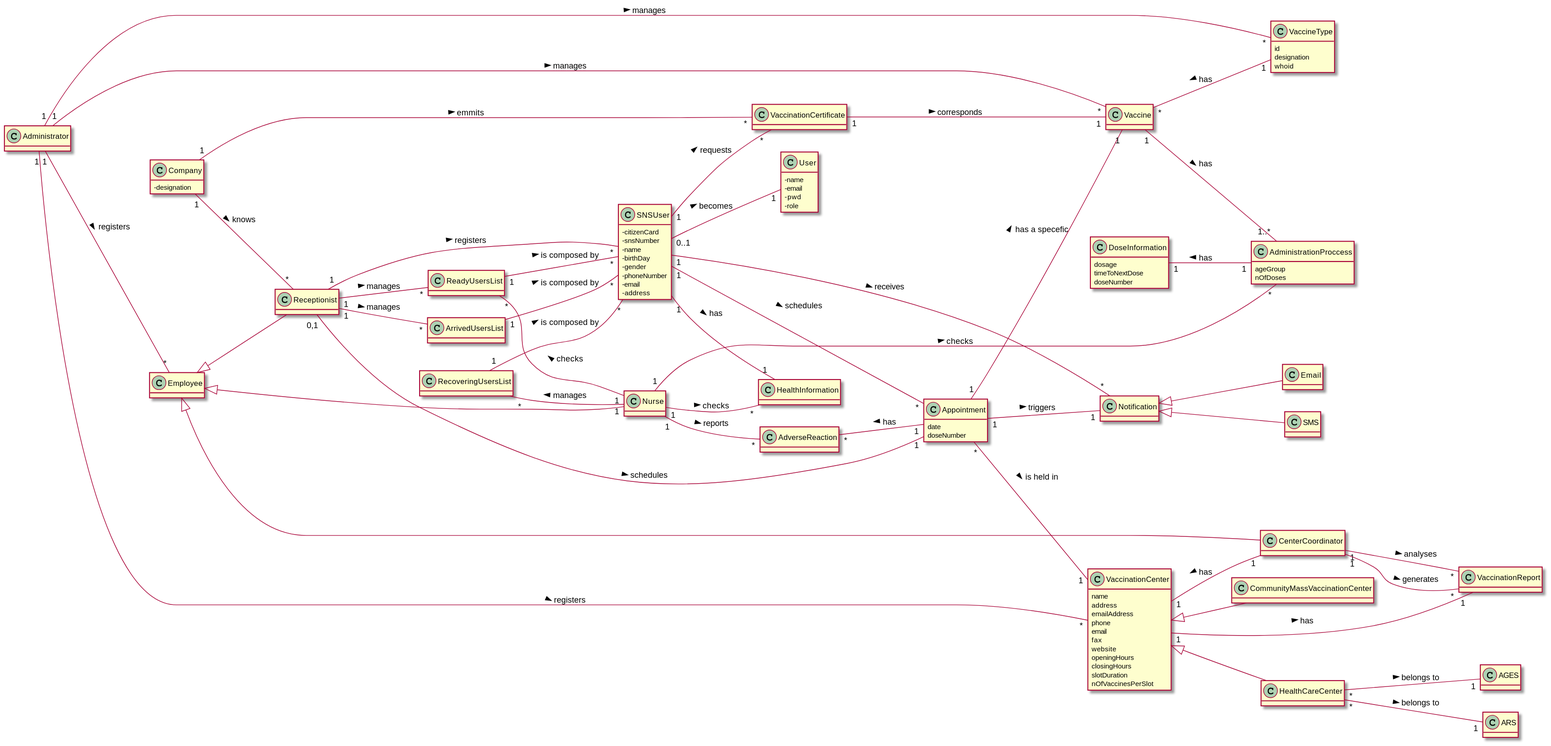
miseEnPlace-i/lapr2 keeps this PlantUML diagram as docs/SprintC/DM.svg. Above is the earlier version.
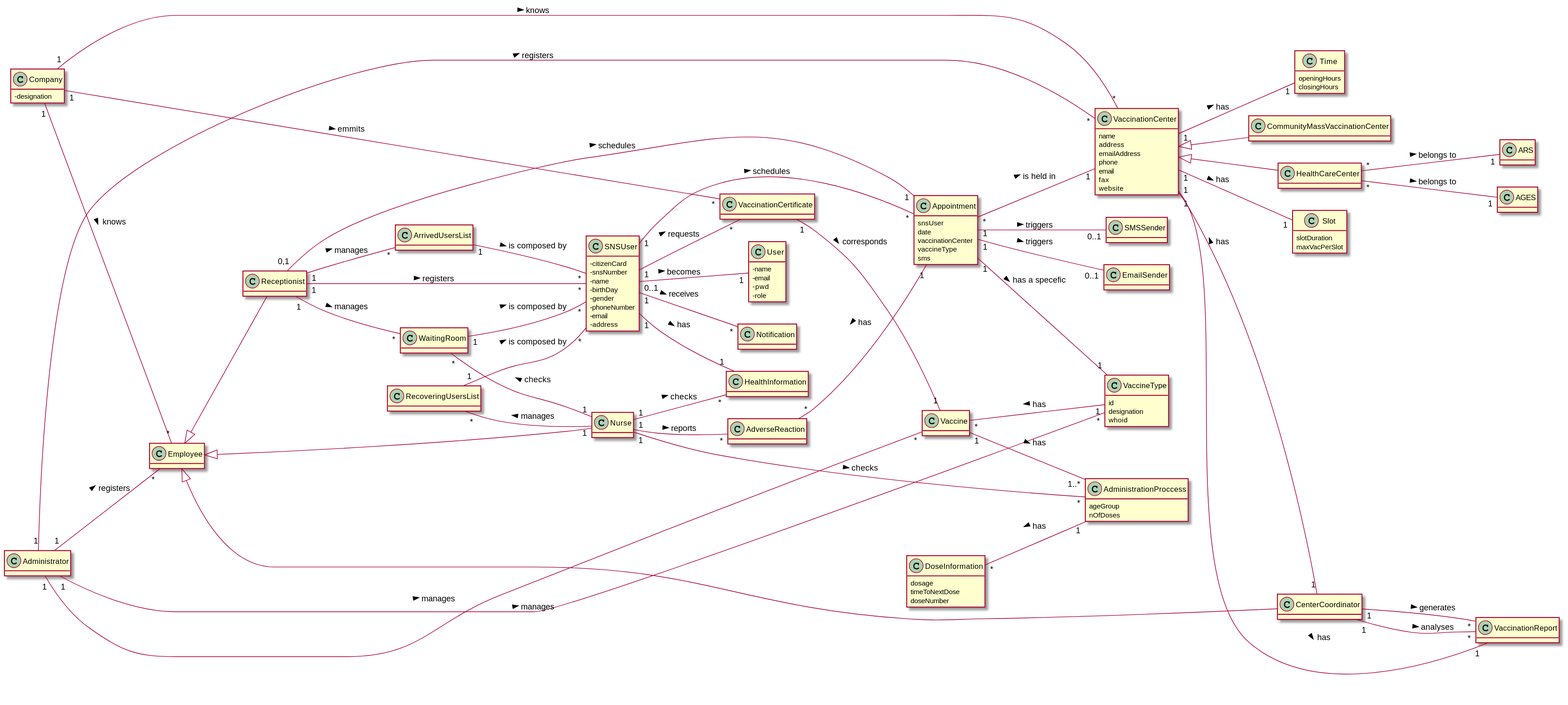
The same file after the commit.

Change to the diagram source:
```diff
@@ -1,4 +1,4 @@
-@startuml Domain Model
+@startuml DM
 
 hide methods
 left to right direction
@@ -20,10 +20,6 @@
   email
   fax
   website
-  openingHours
-  closingHours
-  slotDuration
-  nOfVaccinesPerSlot
 }
 
 class Vaccine {}
@@ -65,8 +61,11 @@
 class CenterCoordinator {}
 
 class Appointment {
+  snsUser
   date
-  doseNumber
+  vaccinationCenter
+  vaccineType
+  sms
 }
 
 class AdministrationProccess {
@@ -84,7 +83,17 @@
   doseNumber
 }
 
-DoseInformation "1" -- "1" AdministrationProccess : has <
+class Slot {
+  slotDuration
+  maxVacPerSlot
+}
+
+class Time {
+  openingHours
+  closingHours
+}
+
+DoseInformation "*" -- "1" AdministrationProccess : has <
 
 Vaccine "*" -- "1" VaccineType : has <
 
@@ -96,23 +105,26 @@
 VaccinationCenter <|-- HealthCareCenter
 
 VaccinationCenter "1" -- "1" CenterCoordinator : has <
+VaccinationCenter "1" -- "1" Slot : has >
+VaccinationCenter "1" -- "1" Time : has >
 
 HealthCareCenter "*" -- "1" AGES : belongs to >
 HealthCareCenter "*" -- "1" ARS : belongs to >
 
 Appointment "*" -- "1" VaccinationCenter : is held in >
-Appointment "1" -- "1" Vaccine : has a specefic >
-Appointment "1" -- "1" Notification : triggers >
+Appointment "1" -- "1" VaccineType : has a specefic >
+Appointment "1" -- "0..1" SMSSender : triggers >
+Appointment "1" -- "0..1" EmailSender : triggers >
 
-Receptionist "1" -- "*" ReadyUsersList : manages >
+Receptionist "1" -- "*" WaitingRoom : manages >
 Receptionist "1" -- "*" ArrivedUsersList : manages >
 Receptionist "1" -- "*" SNSUser : registers >
 
-ReadyUsersList "1" -- "*" SNSUser : is composed by >
+WaitingRoom "1" -- "*" SNSUser : is composed by >
 ArrivedUsersList "1" -- "*" SNSUser : is composed by >
 RecoveringUsersList "1" -- "*" SNSUser : is composed by >
 
-ReadyUsersList "*" -- "1" Nurse : checks <
+WaitingRoom "*" -- "1" Nurse : checks <
 RecoveringUsersList "*" -- "1" Nurse : manages <
 
 Administrator "1" -- "*" Employee : registers >
@@ -132,7 +144,8 @@
 VaccinationCertificate "1" -- "1" Vaccine : corresponds >
 
 Company "1" -- "*" VaccinationCertificate : emmits >
-Company "1" -- "*" Receptionist : knows >
+Company "1" -- "*" Employee : knows >
+Company "1" -- "*" VaccinationCenter : knows >
 
 Receptionist "0,1" -- "1" Appointment : schedules >
 
@@ -145,9 +158,6 @@
 
 Nurse "1" -- "*" AdministrationProccess : checks >
 
-Notification <|-- SMS
-Notification <|-- Email
-
 AdverseReaction "*" -- "1" Appointment : has <
 
 @enduml
```
